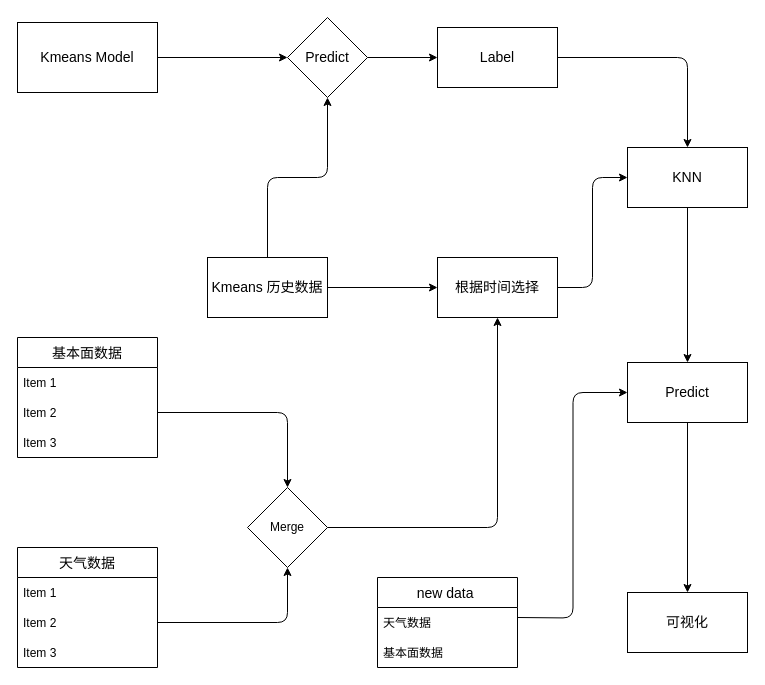
Earlier version of the draw.io diagram reports/figures/framework/predict.drawio (xhan97/gasAnalysis). Source tidied: cells renumbered, new cells numbered last; positions are measured from the earlier drawing's top-left corner, leaving out a move shared by most shapes. Both pictures are drawn from the tidied source at 100%, with x=0, y=0 at pixel (17, 17).
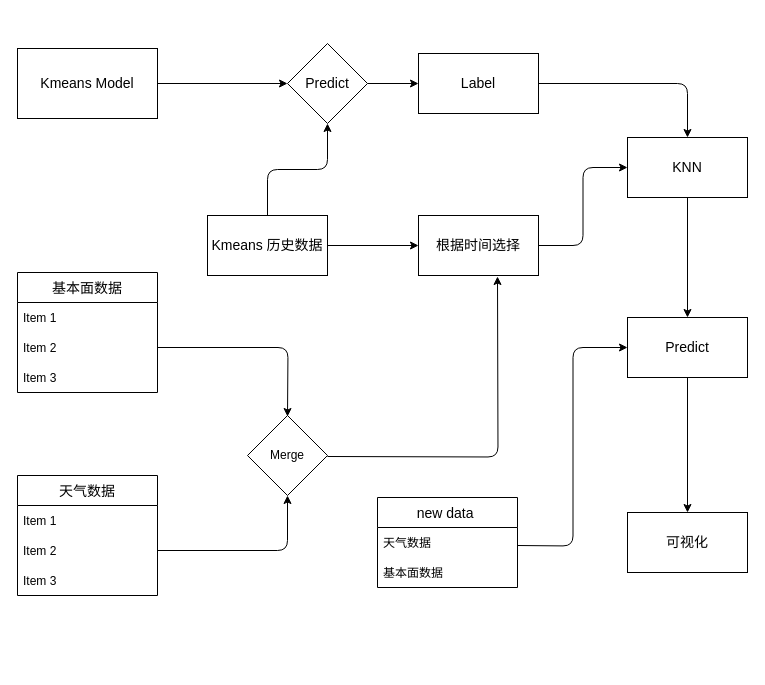
After the change.

Commit message (it also covers changes not shown here):
predict figure

The change refers to these unchanged cells:
```xml
<mxCell id="6" value="Item 2" style="text;strokeColor=none;fillColor=none;align=left;verticalAlign=middle;spacingLeft=4;spacingRight=4;overflow=hidden;points=[[0,0.5],[1,0.5]];portConstraint=eastwest;" parent="4" vertex="1">
  <mxGeometry y="60" width="140" height="30" as="geometry" />
</mxCell>
```

What changed in the source:
```diff
@@
     <mxCell id="3" value="&lt;font style=&quot;font-size: 14px&quot;&gt;Kmeans Model&lt;/font&gt;" style="rounded=0;whiteSpace=wrap;html=1;" parent="1" vertex="1">
-      <mxGeometry y="5" width="140" height="70" as="geometry" />
+      <mxGeometry y="31" width="140" height="70" as="geometry" />
     </mxCell>
     <mxCell id="4" value="基本面数据" style="swimlane;fontStyle=0;horizontal=1;startSize=30;fontSize=14;" parent="1" vertex="1">
-      <mxGeometry y="320" width="140" height="120" as="geometry" />
+      <mxGeometry y="255" width="140" height="120" as="geometry" />
     </mxCell>
@@
     <mxCell id="8" value="天气数据" style="swimlane;fontStyle=0;horizontal=1;startSize=30;fontSize=14;" parent="1" vertex="1">
-      <mxGeometry y="530" width="140" height="120" as="geometry" />
+      <mxGeometry y="458" width="140" height="120" as="geometry" />
     </mxCell>
@@
-    <mxCell id="12" style="edgeStyle=orthogonalEdgeStyle;html=1;entryX=0.5;entryY=1;entryDx=0;entryDy=0;" parent="1" edge="1" source="13" target="22">
-      <mxGeometry relative="1" as="geometry" />
+    <mxCell id="12" style="edgeStyle=orthogonalEdgeStyle;html=1;entryX=0.5;entryY=1;entryDx=0;entryDy=0;" parent="1" edge="1">
+      <mxGeometry relative="1" as="geometry">
+        <mxPoint x="310" y="439" as="sourcePoint" />
+        <mxPoint x="480" y="259" as="targetPoint" />
+      </mxGeometry>
     </mxCell>
     <mxCell id="13" value="Merge" style="rhombus;whiteSpace=wrap;html=1;" parent="1" vertex="1">
-      <mxGeometry x="230" y="470" width="80" height="80" as="geometry" />
+      <mxGeometry x="230" y="398" width="80" height="80" as="geometry" />
     </mxCell>
@@
-    <mxCell id="15" style="edgeStyle=orthogonalEdgeStyle;html=1;entryX=0.5;entryY=0;entryDx=0;entryDy=0;" parent="1" edge="1" source="6" target="13">
-      <mxGeometry relative="1" as="geometry" />
+    <mxCell id="15" style="edgeStyle=orthogonalEdgeStyle;html=1;entryX=0.5;entryY=0;entryDx=0;entryDy=0;" parent="1" edge="1" source="6">
+      <mxGeometry relative="1" as="geometry">
+        <mxPoint x="270" y="399" as="targetPoint" />
+      </mxGeometry>
     </mxCell>
@@
     <mxCell id="18" value="&lt;font style=&quot;font-size: 14px&quot;&gt;Kmeans 历史数据&lt;/font&gt;" style="rounded=0;whiteSpace=wrap;html=1;" parent="1" vertex="1">
-      <mxGeometry x="190" y="240" width="120" height="60" as="geometry" />
+      <mxGeometry x="190" y="198" width="120" height="60" as="geometry" />
     </mxCell>
@@
     <mxCell id="20" value="&lt;font style=&quot;font-size: 14px&quot;&gt;Predict&lt;/font&gt;" style="rhombus;whiteSpace=wrap;html=1;" parent="1" vertex="1">
-      <mxGeometry x="270" width="80" height="80" as="geometry" />
+      <mxGeometry x="270" y="26" width="80" height="80" as="geometry" />
     </mxCell>
@@
     <mxCell id="22" value="&lt;font style=&quot;font-size: 14px&quot;&gt;根据时间选择&lt;/font&gt;" style="rounded=0;whiteSpace=wrap;html=1;" parent="1" vertex="1">
-      <mxGeometry x="420" y="240" width="120" height="60" as="geometry" />
+      <mxGeometry x="401" y="198" width="120" height="60" as="geometry" />
     </mxCell>
@@
     <mxCell id="24" value="&lt;font style=&quot;font-size: 14px&quot;&gt;Label&lt;/font&gt;" style="rounded=0;whiteSpace=wrap;html=1;" parent="1" vertex="1">
-      <mxGeometry x="420" y="10" width="120" height="60" as="geometry" />
+      <mxGeometry x="401" y="36" width="120" height="60" as="geometry" />
     </mxCell>
@@
     <mxCell id="26" value="&lt;font style=&quot;font-size: 14px&quot;&gt;KNN&lt;/font&gt;" style="rounded=0;whiteSpace=wrap;html=1;" parent="1" vertex="1">
-      <mxGeometry x="610" y="130" width="120" height="60" as="geometry" />
+      <mxGeometry x="610" y="120" width="120" height="60" as="geometry" />
     </mxCell>
@@
     <mxCell id="28" value="&lt;font style=&quot;font-size: 14px&quot;&gt;Predict&lt;/font&gt;" style="rounded=0;whiteSpace=wrap;html=1;" parent="1" vertex="1">
-      <mxGeometry x="610" y="345" width="120" height="60" as="geometry" />
+      <mxGeometry x="610" y="300" width="120" height="60" as="geometry" />
     </mxCell>
     <mxCell id="29" style="edgeStyle=orthogonalEdgeStyle;html=1;entryX=0;entryY=0.5;entryDx=0;entryDy=0;" parent="1" edge="1" target="28">
       <mxGeometry relative="1" as="geometry">
-        <mxPoint x="500" y="600" as="sourcePoint" />
+        <mxPoint x="500" y="528" as="sourcePoint" />
       </mxGeometry>
     </mxCell>
     <mxCell id="30" value="&lt;font style=&quot;font-size: 14px&quot;&gt;可视化&lt;/font&gt;" style="rounded=0;whiteSpace=wrap;html=1;" parent="1" vertex="1">
-      <mxGeometry x="610" y="575" width="120" height="60" as="geometry" />
+      <mxGeometry x="610" y="495" width="120" height="60" as="geometry" />
     </mxCell>
     <mxCell id="31" value="new data " style="swimlane;fontStyle=0;horizontal=1;startSize=30;fontSize=14;" parent="1" vertex="1">
-      <mxGeometry x="360" y="560" width="140" height="90" as="geometry" />
+      <mxGeometry x="360" y="480" width="140" height="90" as="geometry" />
     </mxCell>
```
